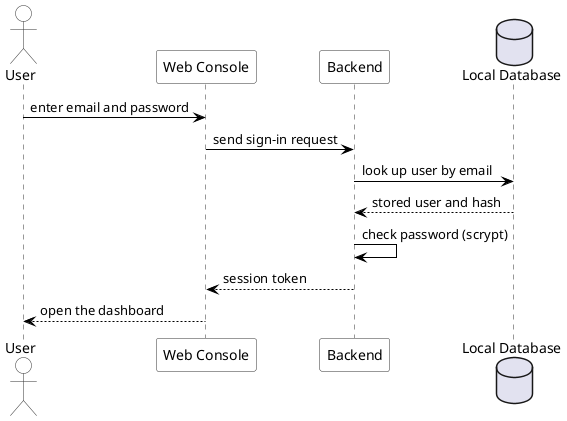
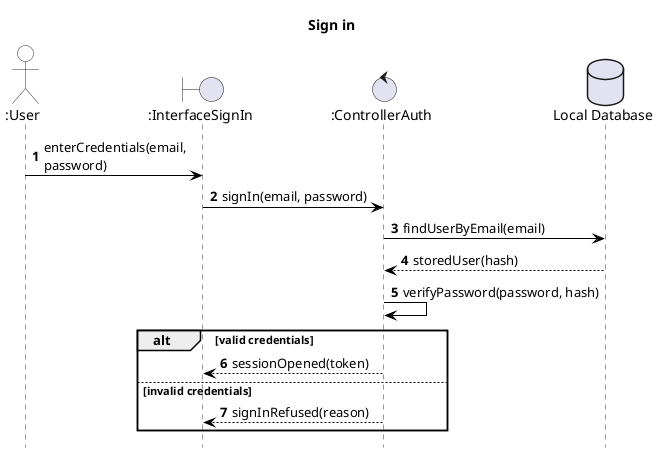
@startuml seq-signin
+ ' Robustness / Boundary-Control-Entity (BCE) sequence diagram.
+ ' Visual skin kept black-and-white / Times New Roman to match the report
+ ' (enforced by _build/restyle_seq.py); the structure follows the BCE rules.
skinparam backgroundColor transparent
skinparam shadowing false
+ skinparam maxMessageSize 200
skinparam defaultFontName Times New Roman
skinparam sequence {
  ArrowColor #000000
  ArrowFontColor #000000
  LifeLineBorderColor #333333
  LifeLineBackgroundColor #FFFFFF
  ParticipantBackgroundColor #FFFFFF
  ParticipantFontColor #000000
  ParticipantBorderColor #333333
  ActorBackgroundColor #FFFFFF
  ActorBorderColor #333333
  DatabaseBackgroundColor #FFFFFF
  DatabaseBorderColor #333333
}
- actor User
- participant "Web Console" as Console
- participant "Backend" as Backend
+ hide footbox
+ autonumber
+ title Sign in
+ 
+ actor ":User" as User
+ boundary ":InterfaceSignIn" as UI
+ control ":ControllerAuth" as Auth
database "Local Database" as DB

- User -> Console : enter email and password
- Console -> Backend : send sign-in request
- Backend -> DB : look up user by email
- DB --> Backend : stored user and hash
- Backend -> Backend : check password (scrypt)
- Backend --> Console : session token
- Console --> User : open the dashboard
+ User -> UI : enterCredentials(email, password)
+ UI -> Auth : signIn(email, password)
+ Auth -> DB : findUserByEmail(email)
+ DB --> Auth : storedUser(hash)
+ Auth -> Auth : verifyPassword(password, hash)
+ alt valid credentials
+   Auth --> UI : sessionOpened(token)
+ else invalid credentials
+   Auth --> UI : signInRefused(reason)
+ end
@enduml
